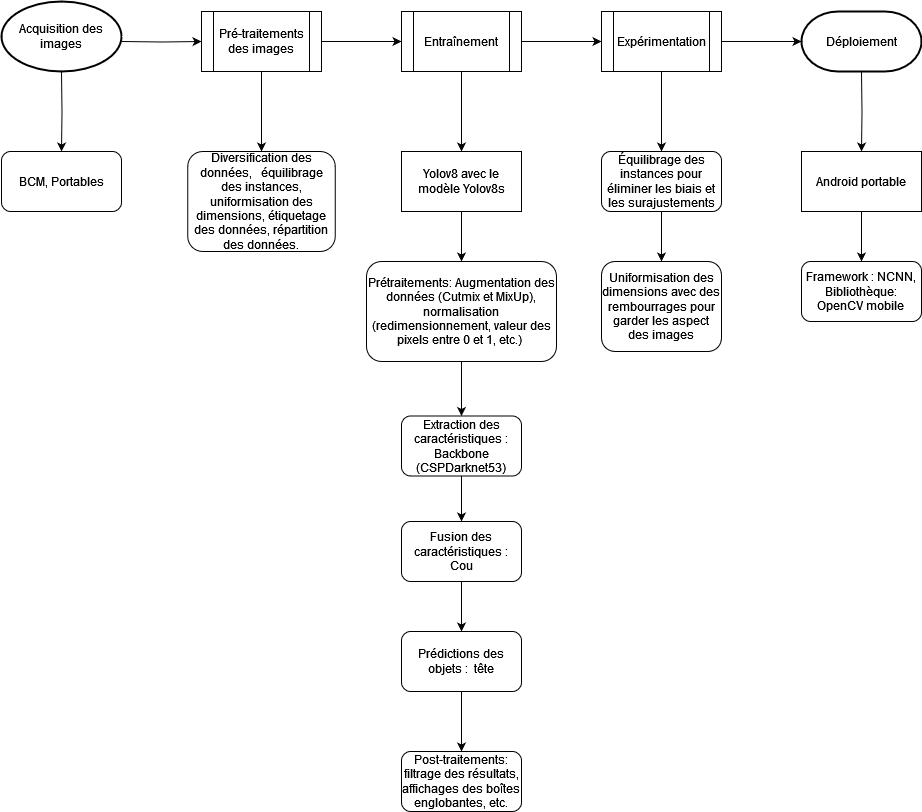
Before: Ariary_recognition.drawio.png, a diagram exported from draw.io (bihoux/Repertoire_vaovao). Source tidied: cells renumbered, new cells last; positions are measured from the earlier drawing's top-left corner, leaving out a move shared by most shapes.
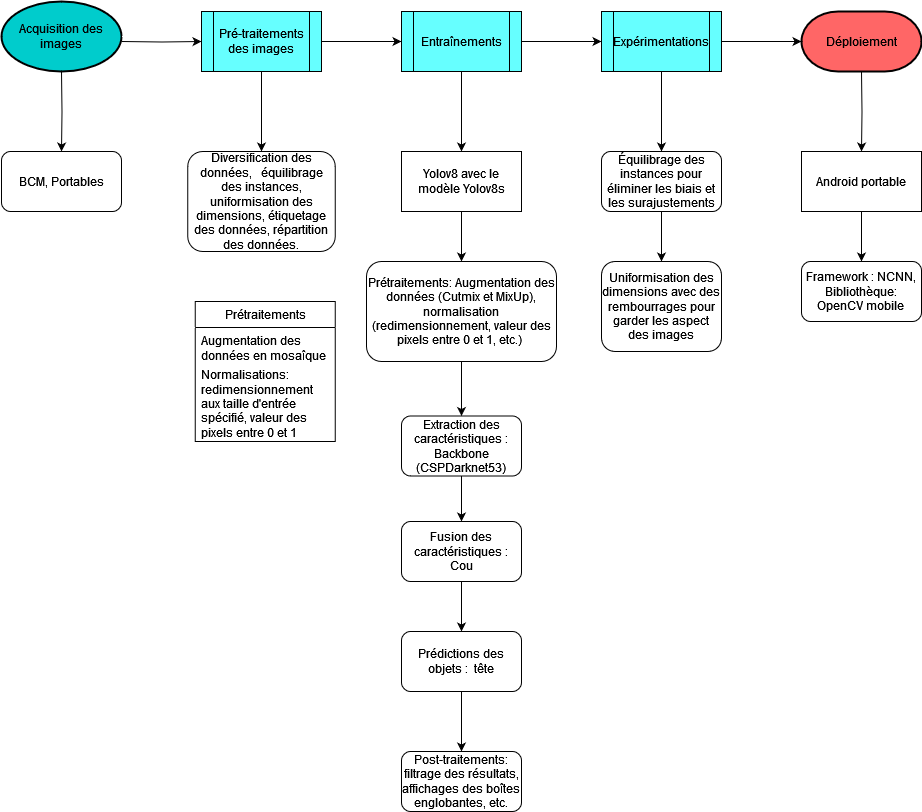
The same file after the commit.

Commit message:
Mettre à jour Ariary_recognition.drawio.png

What changed in the source:
```diff
@@ -23,7 +23,7 @@
         </Array>
       </mxGeometry>
     </mxCell>
-    <mxCell id="6" value="Pré-traitements des images" style="shape=process;whiteSpace=wrap;html=1;backgroundOutline=1;" parent="1" vertex="1">
+    <mxCell id="6" value="Pré-traitements des images" style="shape=process;whiteSpace=wrap;html=1;backgroundOutline=1;fillColor=#66FFFF;" parent="1" vertex="1">
       <mxGeometry x="200" y="10" width="120" height="60" as="geometry" />
     </mxCell>
     <mxCell id="7" style="edgeStyle=orthogonalEdgeStyle;rounded=0;jettySize=auto;html=1;" parent="1" edge="1" source="9" target="12">
@@ -32,7 +32,7 @@
     <mxCell id="8" style="edgeStyle=orthogonalEdgeStyle;rounded=0;jettySize=auto;html=1;" parent="1" edge="1" source="9" target="17">
       <mxGeometry relative="1" as="geometry" />
     </mxCell>
-    <mxCell id="9" value="Entraînement" style="shape=process;whiteSpace=wrap;html=1;backgroundOutline=1;" parent="1" vertex="1">
+    <mxCell id="9" value="Entraînements" style="shape=process;whiteSpace=wrap;html=1;backgroundOutline=1;fillColor=#66FFFF;" parent="1" vertex="1">
       <mxGeometry x="400" y="10" width="120" height="60" as="geometry" />
     </mxCell>
     <mxCell id="10" style="edgeStyle=orthogonalEdgeStyle;rounded=0;jettySize=auto;html=1;" parent="1" edge="1" source="12">
@@ -43,7 +43,7 @@
     <mxCell id="11" style="edgeStyle=orthogonalEdgeStyle;rounded=0;jettySize=auto;html=1;" parent="1" edge="1" source="12" target="28">
       <mxGeometry relative="1" as="geometry" />
     </mxCell>
-    <mxCell id="12" value="Expérimentation" style="shape=process;whiteSpace=wrap;html=1;backgroundOutline=1;" parent="1" vertex="1">
+    <mxCell id="12" value="Expérimentations" style="shape=process;whiteSpace=wrap;html=1;backgroundOutline=1;fillColor=#66FFFF;" parent="1" vertex="1">
       <mxGeometry x="600" y="10" width="120" height="60" as="geometry" />
     </mxCell>
     <mxCell id="13" style="edgeStyle=orthogonalEdgeStyle;rounded=0;jettySize=auto;html=1;" parent="1" edge="1" target="31">
@@ -108,11 +108,20 @@
     <mxCell id="32" value="&lt;div&gt;Framework : NCNN,&lt;/div&gt;&lt;div&gt;Bibliothèque: OpenCV mobile&lt;br&gt;&lt;/div&gt;" style="rounded=1;whiteSpace=wrap;html=1;" parent="1" vertex="1">
       <mxGeometry x="800" y="260" width="120" height="60" as="geometry" />
     </mxCell>
-    <mxCell id="33" value="Acquisition des images" style="strokeWidth=2;html=1;shape=mxgraph.flowchart.start_1;whiteSpace=wrap;" parent="1" vertex="1">
+    <mxCell id="33" value="Acquisition des images" style="strokeWidth=2;html=1;shape=mxgraph.flowchart.start_1;whiteSpace=wrap;fillColor=#00CCCC;" parent="1" vertex="1">
       <mxGeometry width="120" height="70" as="geometry" />
     </mxCell>
-    <mxCell id="34" value="Déploiement" style="strokeWidth=2;html=1;shape=mxgraph.flowchart.terminator;whiteSpace=wrap;" parent="1" vertex="1">
+    <mxCell id="34" value="Déploiement" style="strokeWidth=2;html=1;shape=mxgraph.flowchart.terminator;whiteSpace=wrap;fillColor=#FF6666;" parent="1" vertex="1">
       <mxGeometry x="800" y="10" width="120" height="60" as="geometry" />
     </mxCell>
+    <mxCell id="35" value="Prétraitements" style="swimlane;fontStyle=0;horizontal=1;startSize=26;fillColor=none;html=1;" parent="1" vertex="1">
+      <mxGeometry x="193.8" y="300" width="140" height="140" as="geometry" />
+    </mxCell>
+    <mxCell id="36" value="Augmentation des données en mosaîque" style="text;strokeColor=none;fillColor=none;align=left;verticalAlign=top;spacingLeft=4;spacingRight=4;overflow=hidden;whiteSpace=wrap;html=1;" parent="35" vertex="1">
+      <mxGeometry y="26" width="140" height="34" as="geometry" />
+    </mxCell>
+    <mxCell id="37" value="Normalisations: redimensionnement aux taille d'entrée spécifié, valeur des pixels entre 0 et 1" style="text;strokeColor=none;fillColor=none;align=left;verticalAlign=top;spacingLeft=4;spacingRight=4;overflow=hidden;whiteSpace=wrap;html=1;" parent="35" vertex="1">
+      <mxGeometry y="60" width="140" height="80" as="geometry" />
+    </mxCell>
   </root>
 </mxGraphModel>
```
